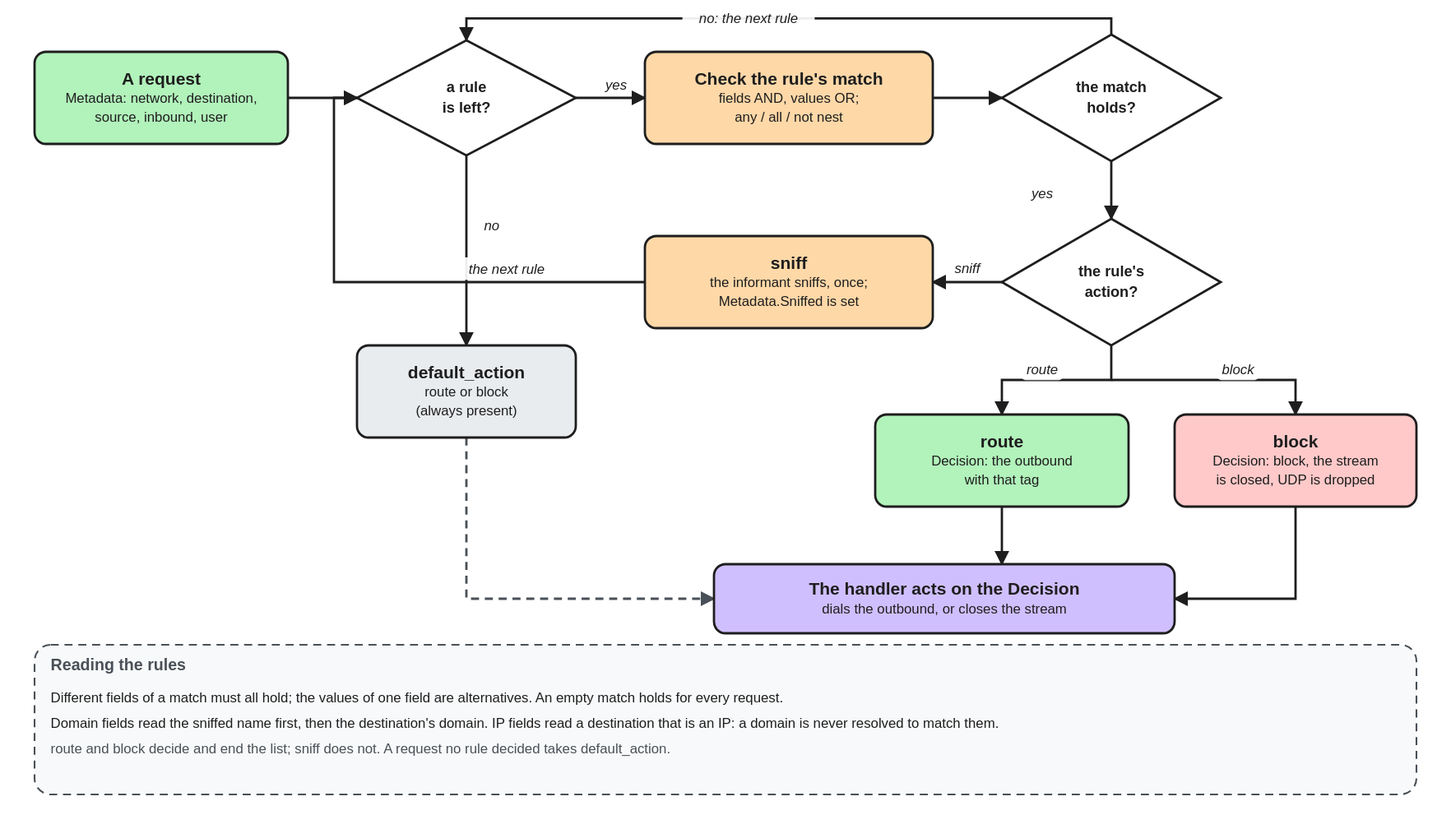
Earlier version of the Excalidraw export docs/assets/diagrams/routing-evaluation.excalidraw.svg (we-apranik/apranik). Source tidied: one line per element, renumbered; positions are measured from the earlier drawing's top-left corner, leaving out a move shared by most shapes.
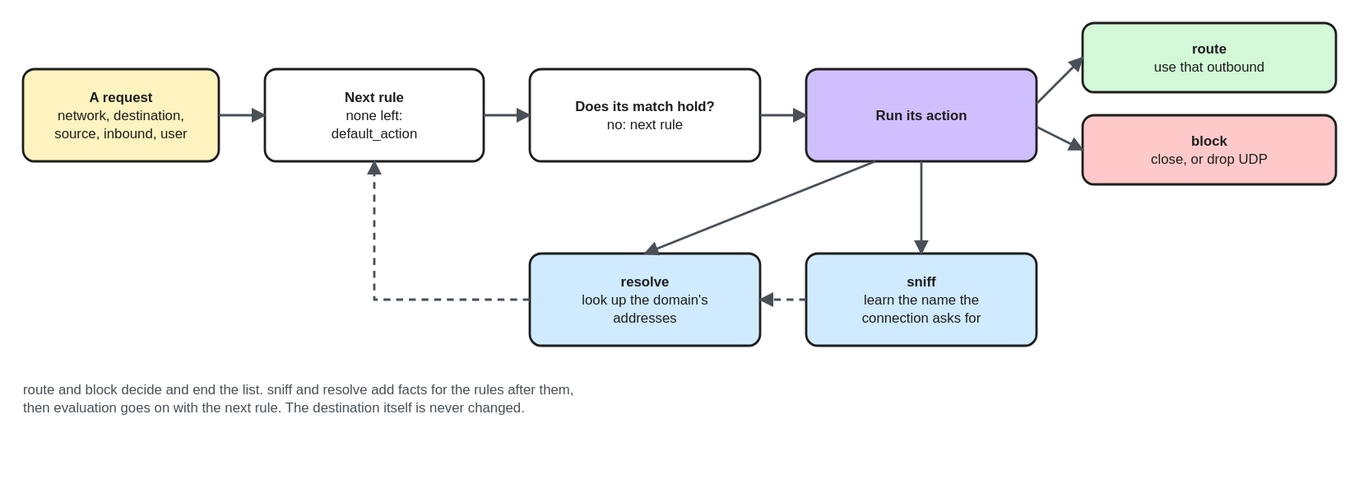
The same file after the commit.

What changed in the source:
```diff
@@ -1,46 +1,26 @@
-{"id": 0, "type": "rectangle", "strokeColor": "#495057", "backgroundColor": "#f8f9fa", "fillStyle": "solid", "strokeWidth": 1, "strokeStyle": "dashed", "roughness": 0, "round": true, "x": 0, "y": 554, "width": 1200, "height": 130}
-{"id": 1, "type": "text", "text": "Reading the rules", "strokeColor": "#495057", "strokeWidth": 2, "roughness": 0, "fontSize": 14, "fontFamily": 2, "verticalAlign": "middle", "x": 14, "y": 562, "width": 1172, "height": 18}
-{"id": 2, "type": "rectangle", "strokeColor": "#1e1e1e", "backgroundColor": "#b2f2bb", "fillStyle": "solid", "strokeWidth": 2, "roughness": 0, "round": true, "x": 0, "y": 39, "width": 220, "height": 80}
-{"id": 3, "type": "text", "text": "A request\nMetadata: network, destination,\nsource, inbound, user", "strokeColor": "#1e1e1e", "strokeWidth": 2, "roughness": 0, "fontSize": 12, "fontFamily": 2, "textAlign": "center", "verticalAlign": "middle", "inside": 2, "x": 0, "y": 39, "width": 220, "height": 45}
-{"id": 4, "type": "diamond", "strokeColor": "#1e1e1e", "backgroundColor": "#ffffff", "fillStyle": "solid", "strokeWidth": 2, "roughness": 0, "x": 280, "y": 29, "width": 190, "height": 100}
-{"id": 5, "type": "text", "text": "a rule\nis left?", "strokeColor": "#1e1e1e", "strokeWidth": 2, "roughness": 0, "fontSize": 13, "fontFamily": 2, "textAlign": "center", "verticalAlign": "middle", "inside": 4, "x": 280, "y": 29, "width": 190, "height": 32}
-{"id": 6, "type": "rectangle", "strokeColor": "#1e1e1e", "backgroundColor": "#ffd8a8", "fillStyle": "solid", "strokeWidth": 2, "roughness": 0, "round": true, "x": 530, "y": 39, "width": 250, "height": 80}
-{"id": 7, "type": "text", "text": "Check the rule's match\nfields AND, values OR;\nany / all / not nest", "strokeColor": "#1e1e1e", "strokeWidth": 2, "roughness": 0, "fontSize": 12, "fontFamily": 2, "textAlign": "center", "verticalAlign": "middle", "inside": 6, "x": 530, "y": 39, "width": 250, "height": 45}
-{"id": 8, "type": "diamond", "strokeColor": "#1e1e1e", "backgroundColor": "#ffffff", "fillStyle": "solid", "strokeWidth": 2, "roughness": 0, "x": 840, "y": 24, "width": 190, "height": 110}
-{"id": 9, "type": "text", "text": "the match\nholds?", "strokeColor": "#1e1e1e", "strokeWidth": 2, "roughness": 0, "fontSize": 13, "fontFamily": 2, "textAlign": "center", "verticalAlign": "middle", "inside": 8, "x": 840, "y": 24, "width": 190, "height": 32}
-{"id": 10, "type": "diamond", "strokeColor": "#1e1e1e", "backgroundColor": "#ffffff", "fillStyle": "solid", "strokeWidth": 2, "roughness": 0, "x": 840, "y": 184, "width": 190, "height": 110}
-{"id": 11, "type": "text", "text": "the rule's\naction?", "strokeColor": "#1e1e1e", "strokeWidth": 2, "roughness": 0, "fontSize": 13, "fontFamily": 2, "textAlign": "center", "verticalAlign": "middle", "inside": 10, "x": 840, "y": 184, "width": 190, "height": 32}
-{"id": 12, "type": "rectangle", "strokeColor": "#1e1e1e", "backgroundColor": "#ffd8a8", "fillStyle": "solid", "strokeWidth": 2, "roughness": 0, "round": true, "x": 530, "y": 199, "width": 250, "height": 80}
-{"id": 13, "type": "text", "text": "sniff\nthe informant sniffs, once;\nMetadata.Sniffed is set", "strokeColor": "#1e1e1e", "strokeWidth": 2, "roughness": 0, "fontSize": 12, "fontFamily": 2, "textAlign": "center", "verticalAlign": "middle", "inside": 12, "x": 530, "y": 199, "width": 250, "height": 45}
-{"id": 14, "type": "rectangle", "strokeColor": "#1e1e1e", "backgroundColor": "#b2f2bb", "fillStyle": "solid", "strokeWidth": 2, "roughness": 0, "round": true, "x": 730, "y": 354, "width": 220, "height": 80}
-{"id": 15, "type": "text", "text": "route\nDecision: the outbound\nwith that tag", "strokeColor": "#1e1e1e", "strokeWidth": 2, "roughness": 0, "fontSize": 12, "fontFamily": 2, "textAlign": "center", "verticalAlign": "middle", "inside": 14, "x": 730, "y": 354, "width": 220, "height": 45}
-{"id": 16, "type": "rectangle", "strokeColor": "#1e1e1e", "backgroundColor": "#ffc9c9", "fillStyle": "solid", "strokeWidth": 2, "roughness": 0, "round": true, "x": 990, "y": 354, "width": 210, "height": 80}
-{"id": 17, "type": "text", "text": "block\nDecision: block, the stream\nis closed, UDP is dropped", "strokeColor": "#1e1e1e", "strokeWidth": 2, "roughness": 0, "fontSize": 12, "fontFamily": 2, "textAlign": "center", "verticalAlign": "middle", "inside": 16, "x": 990, "y": 354, "width": 210, "height": 45}
-{"id": 18, "type": "rectangle", "strokeColor": "#1e1e1e", "backgroundColor": "#e9ecef", "fillStyle": "solid", "strokeWidth": 2, "roughness": 0, "round": true, "x": 280, "y": 294, "width": 190, "height": 80}
-{"id": 19, "type": "text", "text": "default_action\nroute or block\n(always present)", "strokeColor": "#1e1e1e", "strokeWidth": 2, "roughness": 0, "fontSize": 12, "fontFamily": 2, "textAlign": "center", "verticalAlign": "middle", "inside": 18, "x": 280, "y": 294, "width": 190, "height": 45}
-{"id": 20, "type": "rectangle", "strokeColor": "#1e1e1e", "backgroundColor": "#d0bfff", "fillStyle": "solid", "strokeWidth": 2, "roughness": 0, "round": true, "x": 590, "y": 484, "width": 400, "height": 60}
-{"id": 21, "type": "text", "text": "The handler acts on the Decision\ndials the outbound, or closes the stream", "strokeColor": "#1e1e1e", "strokeWidth": 2, "roughness": 0, "fontSize": 12, "fontFamily": 2, "textAlign": "center", "verticalAlign": "middle", "inside": 20, "x": 590, "y": 484, "width": 400, "height": 30}
-{"id": 22, "type": "arrow", "strokeColor": "#1e1e1e", "strokeWidth": 2, "roughness": 0, "endArrowhead": "arrow", "from": 2, "to": 4, "x": 220, "y": 79, "width": 60, "height": 0, "points": [[0, 0], [60, 0]]}
-{"id": 23, "type": "arrow", "strokeColor": "#1e1e1e", "strokeWidth": 2, "roughness": 0, "endArrowhead": "arrow", "from": 4, "to": 6, "x": 470, "y": 79, "width": 60, "height": 0, "points": [[0, 0], [60, 0]]}
-{"id": 24, "type": "arrow", "strokeColor": "#1e1e1e", "strokeWidth": 2, "roughness": 0, "endArrowhead": "arrow", "from": 6, "to": 8, "x": 780, "y": 79, "width": 60, "height": 0, "points": [[0, 0], [60, 0]]}
-{"id": 25, "type": "arrow", "strokeColor": "#1e1e1e", "strokeWidth": 2, "roughness": 0, "endArrowhead": "arrow", "from": 8, "to": 10, "x": 935, "y": 134, "width": 0, "height": 50, "points": [[0, 0], [0, 50]]}
-{"id": 26, "type": "arrow", "strokeColor": "#1e1e1e", "strokeWidth": 2, "roughness": 0, "endArrowhead": "arrow", "from": 8, "to": 4, "x": 935, "y": 24, "width": 560, "height": 19, "points": [[0, 0], [0, -14], [-560, -14], [-560, 5]]}
-{"id": 27, "type": "arrow", "strokeColor": "#1e1e1e", "strokeWidth": 2, "roughness": 0, "endArrowhead": "arrow", "from": 4, "to": 18, "x": 375, "y": 129, "width": 0, "height": 165, "points": [[0, 0], [0, 165]]}
-{"id": 28, "type": "arrow", "strokeColor": "#1e1e1e", "strokeWidth": 2, "roughness": 0, "endArrowhead": "arrow", "from": 10, "to": 12, "x": 840, "y": 239, "width": 60, "height": 0, "points": [[0, 0], [-60, 0]]}
-{"id": 29, "type": "arrow", "strokeColor": "#1e1e1e", "strokeWidth": 2, "roughness": 0, "endArrowhead": "arrow", "from": 12, "to": 4, "x": 530, "y": 239, "width": 270, "height": 160, "points": [[0, 0], [-270, 0], [-270, -160], [-250, -160]]}
-{"id": 30, "type": "arrow", "strokeColor": "#1e1e1e", "strokeWidth": 2, "roughness": 0, "endArrowhead": "arrow", "from": 10, "to": 14, "x": 935, "y": 294, "width": 95, "height": 60, "points": [[0, 0], [0, 30], [-95, 30], [-95, 60]]}
-{"id": 31, "type": "arrow", "strokeColor": "#1e1e1e", "strokeWidth": 2, "roughness": 0, "endArrowhead": "arrow", "from": 10, "to": 16, "x": 935, "y": 324, "width": 160, "height": 30, "points": [[0, 0], [160, 0], [160, 30]]}
-{"id": 32, "type": "arrow", "strokeColor": "#1e1e1e", "strokeWidth": 2, "roughness": 0, "endArrowhead": "arrow", "from": 14, "to": 20, "x": 840, "y": 434, "width": 0, "height": 50, "points": [[0, 0], [0, 50]]}
-{"id": 33, "type": "arrow", "strokeColor": "#1e1e1e", "strokeWidth": 2, "roughness": 0, "endArrowhead": "arrow", "from": 16, "to": 20, "x": 1095, "y": 434, "width": 105, "height": 80, "points": [[0, 0], [0, 80], [-105, 80]]}
-{"id": 34, "type": "arrow", "strokeColor": "#495057", "strokeWidth": 2, "strokeStyle": "dashed", "roughness": 0, "endArrowhead": "arrow", "from": 18, "to": 20, "x": 375, "y": 374, "width": 215, "height": 140, "points": [[0, 0], [0, 140], [215, 140]]}
-{"id": 35, "type": "text", "text": "yes", "strokeColor": "#1e1e1e", "strokeWidth": 2, "roughness": 0, "fontSize": 12, "fontFamily": 2, "textAlign": "center", "verticalAlign": "middle", "x": 863, "y": 152, "width": 24, "height": 15}
-{"id": 36, "type": "text", "text": "no: the next rule", "strokeColor": "#1e1e1e", "strokeWidth": 2, "roughness": 0, "fontSize": 12, "fontFamily": 2, "textAlign": "center", "verticalAlign": "middle", "x": 563, "y": 0, "width": 115, "height": 15}
-{"id": 37, "type": "text", "text": "no", "strokeColor": "#1e1e1e", "strokeWidth": 2, "roughness": 0, "fontSize": 12, "fontFamily": 2, "textAlign": "center", "verticalAlign": "middle", "x": 388, "y": 180, "width": 17, "height": 15}
-{"id": 38, "type": "text", "text": "yes", "strokeColor": "#1e1e1e", "strokeWidth": 2, "roughness": 0, "fontSize": 12, "fontFamily": 2, "textAlign": "center", "verticalAlign": "middle", "x": 493, "y": 58, "width": 24, "height": 15}
-{"id": 39, "type": "text", "text": "sniff", "strokeColor": "#1e1e1e", "strokeWidth": 2, "roughness": 0, "fontSize": 12, "fontFamily": 2, "textAlign": "center", "verticalAlign": "middle", "x": 792, "y": 217, "width": 37, "height": 15}
-{"id": 40, "type": "text", "text": "route", "strokeColor": "#1e1e1e", "strokeWidth": 2, "roughness": 0, "fontSize": 12, "fontFamily": 2, "textAlign": "center", "verticalAlign": "middle", "x": 857, "y": 305, "width": 37, "height": 15}
-{"id": 41, "type": "text", "text": "block", "strokeColor": "#1e1e1e", "strokeWidth": 2, "roughness": 0, "fontSize": 12, "fontFamily": 2, "textAlign": "center", "verticalAlign": "middle", "x": 1027, "y": 305, "width": 37, "height": 15}
-{"id": 42, "type": "text", "text": "the next rule", "strokeColor": "#1e1e1e", "strokeWidth": 2, "roughness": 0, "fontSize": 12, "fontFamily": 2, "textAlign": "center", "verticalAlign": "middle", "x": 366, "y": 218, "width": 89, "height": 15}
-{"id": 43, "type": "text", "text": "Different fields of a match must all hold; the values of one field are alternatives. An empty match holds for every request.", "strokeColor": "#1e1e1e", "strokeWidth": 2, "roughness": 0, "fontSize": 12, "fontFamily": 2, "verticalAlign": "middle", "x": 14, "y": 592, "width": 0, "height": 15}
-{"id": 44, "type": "text", "text": "Domain fields read the sniffed name first, then the destination's domain. IP fields read a destination that is an IP: a domain is never resolved to match them.", "strokeColor": "#1e1e1e", "strokeWidth": 2, "roughness": 0, "fontSize": 12, "fontFamily": 2, "verticalAlign": "middle", "x": 14, "y": 614, "width": 0, "height": 15}
-{"id": 45, "type": "text", "text": "route and block decide and end the list; sniff does not. A request no rule decided takes default_action.", "strokeColor": "#495057", "strokeWidth": 2, "roughness": 0, "fontSize": 12, "fontFamily": 2, "verticalAlign": "middle", "x": 14, "y": 636, "width": 0, "height": 15}
+{"id": 46, "type": "rectangle", "strokeColor": "#1e1e1e", "backgroundColor": "#fff3bf", "fillStyle": "solid", "strokeWidth": 2, "roughness": 0, "round": true, "x": -10, "y": 54, "width": 170, "height": 80}
+{"id": 47, "type": "text", "text": "A request\nnetwork, destination,\nsource, inbound, user", "strokeColor": "#1e1e1e", "strokeWidth": 2, "roughness": 0, "fontSize": 12, "fontFamily": 2, "textAlign": "center", "verticalAlign": "middle", "inside": 46, "x": -10, "y": 72, "width": 170, "height": 45}
+{"id": 48, "type": "rectangle", "strokeColor": "#1e1e1e", "backgroundColor": "#ffffff", "fillStyle": "solid", "strokeWidth": 2, "roughness": 0, "round": true, "x": 200, "y": 54, "width": 190, "height": 80}
+{"id": 49, "type": "text", "text": "Next rule\nnone left:\ndefault_action", "strokeColor": "#1e1e1e", "strokeWidth": 2, "roughness": 0, "fontSize": 12, "fontFamily": 2, "textAlign": "center", "verticalAlign": "middle", "inside": 48, "x": 200, "y": 72, "width": 190, "height": 45}
+{"id": 50, "type": "rectangle", "strokeColor": "#1e1e1e", "backgroundColor": "#ffffff", "fillStyle": "solid", "strokeWidth": 2, "roughness": 0, "round": true, "x": 430, "y": 54, "width": 200, "height": 80}
+{"id": 51, "type": "text", "text": "Does its match hold?\nno: next rule", "strokeColor": "#1e1e1e", "strokeWidth": 2, "roughness": 0, "fontSize": 12, "fontFamily": 2, "textAlign": "center", "verticalAlign": "middle", "inside": 50, "x": 430, "y": 79, "width": 200, "height": 30}
+{"id": 52, "type": "rectangle", "strokeColor": "#1e1e1e", "backgroundColor": "#d0bfff", "fillStyle": "solid", "strokeWidth": 2, "roughness": 0, "round": true, "x": 670, "y": 54, "width": 200, "height": 80}
+{"id": 53, "type": "text", "text": "Run its action", "strokeColor": "#1e1e1e", "strokeWidth": 2, "roughness": 0, "fontSize": 12, "fontFamily": 2, "textAlign": "center", "verticalAlign": "middle", "inside": 52, "x": 670, "y": 86, "width": 200, "height": 15}
+{"id": 54, "type": "arrow", "strokeColor": "#495057", "strokeWidth": 2, "roughness": 0, "endArrowhead": "arrow", "from": 46, "to": 48, "x": 160, "y": 94, "width": 40, "height": 0, "points": [[0, 0], [40, 0]]}
+{"id": 55, "type": "arrow", "strokeColor": "#495057", "strokeWidth": 2, "roughness": 0, "endArrowhead": "arrow", "from": 48, "to": 50, "x": 390, "y": 94, "width": 40, "height": 0, "points": [[0, 0], [40, 0]]}
+{"id": 56, "type": "arrow", "strokeColor": "#495057", "strokeWidth": 2, "roughness": 0, "endArrowhead": "arrow", "from": 50, "to": 52, "x": 630, "y": 94, "width": 40, "height": 0, "points": [[0, 0], [40, 0]]}
+{"id": 57, "type": "rectangle", "strokeColor": "#1e1e1e", "backgroundColor": "#d3f9d8", "fillStyle": "solid", "strokeWidth": 2, "roughness": 0, "round": true, "x": 910, "y": 14, "width": 220, "height": 60}
+{"id": 58, "type": "text", "text": "route\nuse that outbound", "strokeColor": "#1e1e1e", "strokeWidth": 2, "roughness": 0, "fontSize": 12, "fontFamily": 2, "textAlign": "center", "verticalAlign": "middle", "inside": 57, "x": 910, "y": 29, "width": 220, "height": 30}
+{"id": 59, "type": "rectangle", "strokeColor": "#1e1e1e", "backgroundColor": "#ffc9c9", "fillStyle": "solid", "strokeWidth": 2, "roughness": 0, "round": true, "x": 910, "y": 94, "width": 220, "height": 60}
+{"id": 60, "type": "text", "text": "block\nclose, or drop UDP", "strokeColor": "#1e1e1e", "strokeWidth": 2, "roughness": 0, "fontSize": 12, "fontFamily": 2, "textAlign": "center", "verticalAlign": "middle", "inside": 59, "x": 910, "y": 109, "width": 220, "height": 30}
+{"id": 61, "type": "arrow", "strokeColor": "#495057", "strokeWidth": 2, "roughness": 0, "endArrowhead": "arrow", "from": 52, "to": 57, "x": 870, "y": 84, "width": 40, "height": 40, "points": [[0, 0], [40, -40]]}
+{"id": 62, "type": "arrow", "strokeColor": "#495057", "strokeWidth": 2, "roughness": 0, "endArrowhead": "arrow", "from": 52, "to": 59, "x": 870, "y": 104, "width": 40, "height": 20, "points": [[0, 0], [40, 20]]}
+{"id": 63, "type": "rectangle", "strokeColor": "#1e1e1e", "backgroundColor": "#d0ebff", "fillStyle": "solid", "strokeWidth": 2, "roughness": 0, "round": true, "x": 670, "y": 214, "width": 200, "height": 80}
+{"id": 64, "type": "text", "text": "sniff\nlearn the name the\nconnection asks for", "strokeColor": "#1e1e1e", "strokeWidth": 2, "roughness": 0, "fontSize": 12, "fontFamily": 2, "textAlign": "center", "verticalAlign": "middle", "inside": 63, "x": 670, "y": 232, "width": 200, "height": 45}
+{"id": 65, "type": "rectangle", "strokeColor": "#1e1e1e", "backgroundColor": "#d0ebff", "fillStyle": "solid", "strokeWidth": 2, "roughness": 0, "round": true, "x": 430, "y": 214, "width": 200, "height": 80}
+{"id": 66, "type": "text", "text": "resolve\nlook up the domain's\naddresses", "strokeColor": "#1e1e1e", "strokeWidth": 2, "roughness": 0, "fontSize": 12, "fontFamily": 2, "textAlign": "center", "verticalAlign": "middle", "inside": 65, "x": 430, "y": 232, "width": 200, "height": 45}
+{"id": 67, "type": "arrow", "strokeColor": "#495057", "strokeWidth": 2, "roughness": 0, "endArrowhead": "arrow", "from": 52, "to": 63, "x": 770, "y": 134, "width": 0, "height": 80, "points": [[0, 0], [0, 80]]}
+{"id": 68, "type": "arrow", "strokeColor": "#495057", "strokeWidth": 2, "roughness": 0, "endArrowhead": "arrow", "from": 52, "to": 65, "x": 730, "y": 134, "width": 200, "height": 80, "points": [[0, 0], [-200, 80]]}
+{"id": 69, "type": "arrow", "strokeColor": "#495057", "strokeWidth": 2, "strokeStyle": "dashed", "roughness": 0, "endArrowhead": "arrow", "from": 63, "x": 670, "y": 254, "width": 40, "height": 0, "points": [[0, 0], [-40, 0]]}
+{"id": 70, "type": "arrow", "strokeColor": "#495057", "strokeWidth": 2, "strokeStyle": "dashed", "roughness": 0, "endArrowhead": "arrow", "from": 65, "to": 48, "x": 430, "y": 254, "width": 135, "height": 120, "points": [[0, 0], [-135, 0], [-135, -120]]}
+{"id": 71, "type": "text", "text": "route and block decide and end the list. sniff and resolve add facts for the rules after them,\nthen evaluation goes on with the next rule. The destination itself is never changed.", "strokeColor": "#495057", "strokeWidth": 2, "roughness": 0, "fontSize": 12, "fontFamily": 2, "verticalAlign": "middle", "x": -10, "y": 324, "width": 1100, "height": 30}
```
